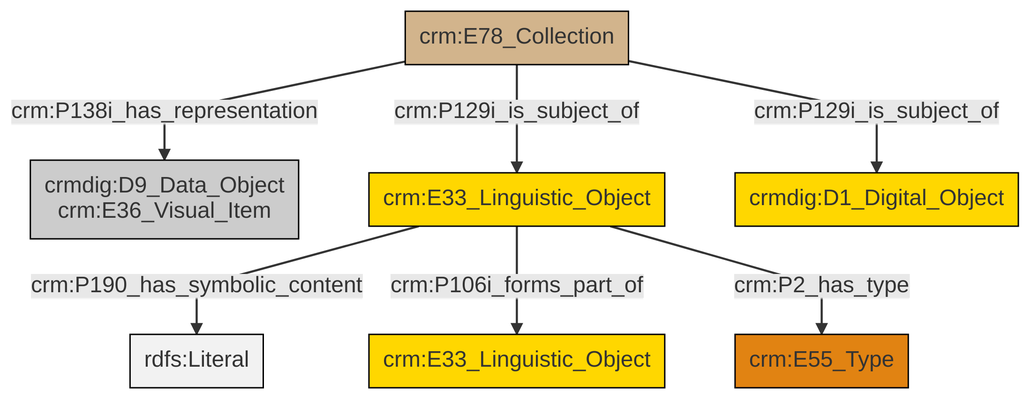
Above: et/archivalCSV/ttl/mmd/png/archival_docs.png in swiss-art-research-net/docs.swissartresearch (Mermaid), before the change. Its source is kept beside it as et/archivalCSV/ttl/mmd/archival_docs.ttl.mmd.
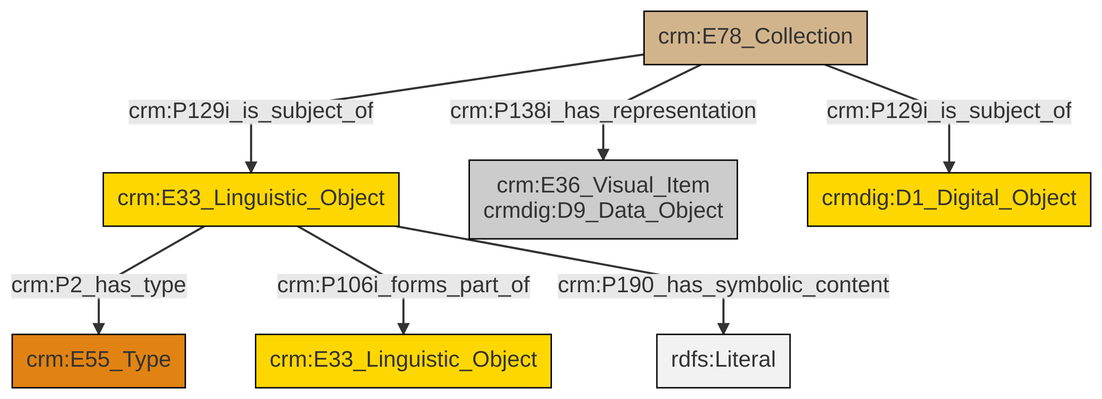
After the commit.

Change to the diagram source:
```diff
@@ -13,9 +13,9 @@
 classDef PC_Classes fill:#4ce600, stroke:#000000;
 classDef Multi fill:#cccccc,stroke:#000000;
 
-4["crm:E33_Linguistic_Object"]:::Conceptual_Object -->|crm:P190_has_symbolic_content| 5[rdfs:Literal]:::Literal
-4["crm:E33_Linguistic_Object"]:::Conceptual_Object -->|crm:P106i_forms_part_of| 12["crm:E33_Linguistic_Object"]:::Conceptual_Object
-0["crm:E78_Collection"]:::Physical_Thing -->|crm:P129i_is_subject_of| 8["crmdig:D1_Digital_Object"]:::Conceptual_Object
-0["crm:E78_Collection"]:::Physical_Thing -->|crm:P129i_is_subject_of| 4["crm:E33_Linguistic_Object"]:::Conceptual_Object
-4["crm:E33_Linguistic_Object"]:::Conceptual_Object -->|crm:P2_has_type| 6["crm:E55_Type"]:::Type
-0["crm:E78_Collection"]:::Physical_Thing -->|crm:P138i_has_representation| 2["crmdig:D9_Data_Object<br>crm:E36_Visual_Item"]:::Multi
+0["crm:E78_Collection"]:::Physical_Thing -->|crm:P129i_is_subject_of| 1["crm:E33_Linguistic_Object"]:::Conceptual_Object
+1["crm:E33_Linguistic_Object"]:::Conceptual_Object -->|crm:P2_has_type| 4["crm:E55_Type"]:::Type
+1["crm:E33_Linguistic_Object"]:::Conceptual_Object -->|crm:P106i_forms_part_of| 5["crm:E33_Linguistic_Object"]:::Conceptual_Object
+0["crm:E78_Collection"]:::Physical_Thing -->|crm:P138i_has_representation| 2["crm:E36_Visual_Item<br>crmdig:D9_Data_Object"]:::Multi
+1["crm:E33_Linguistic_Object"]:::Conceptual_Object -->|crm:P190_has_symbolic_content| 9[rdfs:Literal]:::Literal
+0["crm:E78_Collection"]:::Physical_Thing -->|crm:P129i_is_subject_of| 11["crmdig:D1_Digital_Object"]:::Conceptual_Object
```
